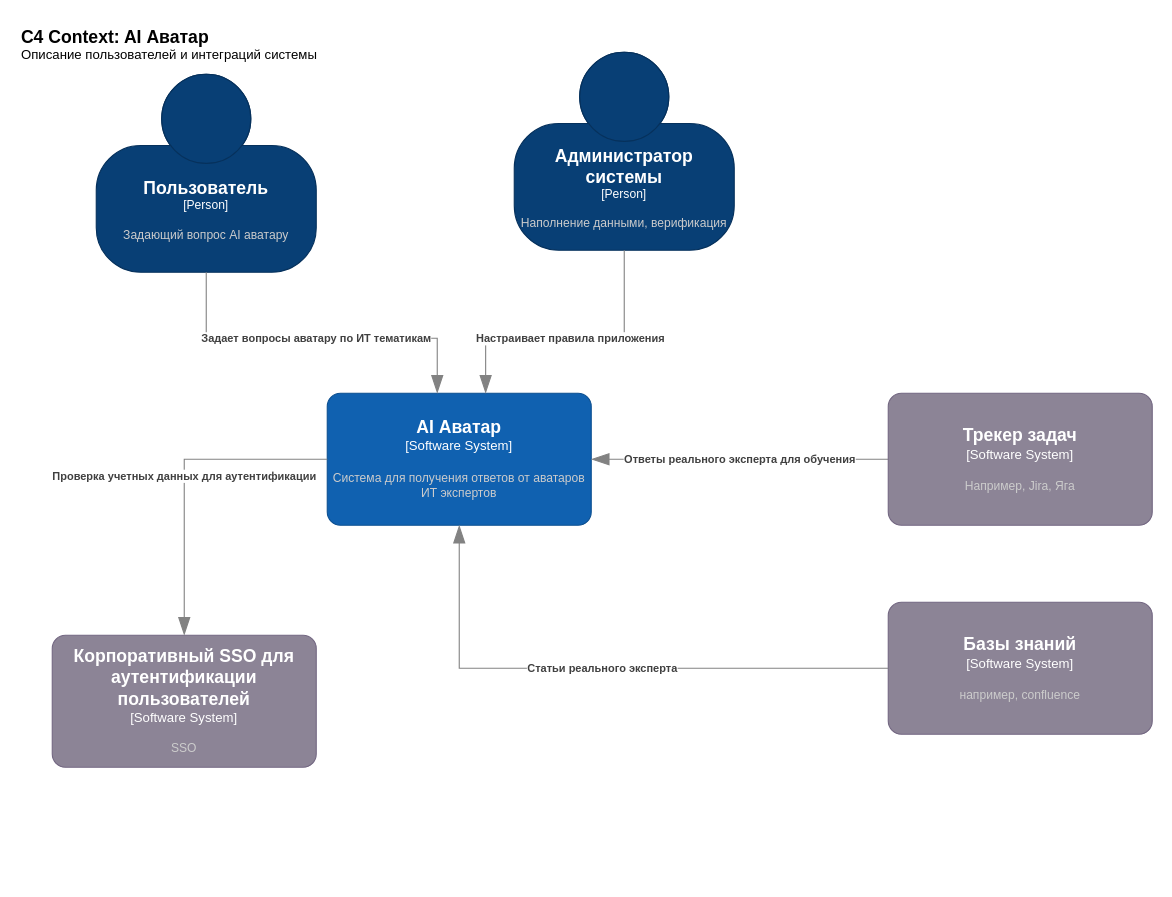
Above: Диаграмма без названия.drawio in oleana/AI_Avatar (draw.io), before the change. Source tidied: cells renumbered, new cells numbered last; positions are measured from the earlier drawing's top-left corner, leaving out a move shared by most shapes. Both pictures are drawn from the tidied source at 110%, with x=0, y=0 at pixel (19, 19).
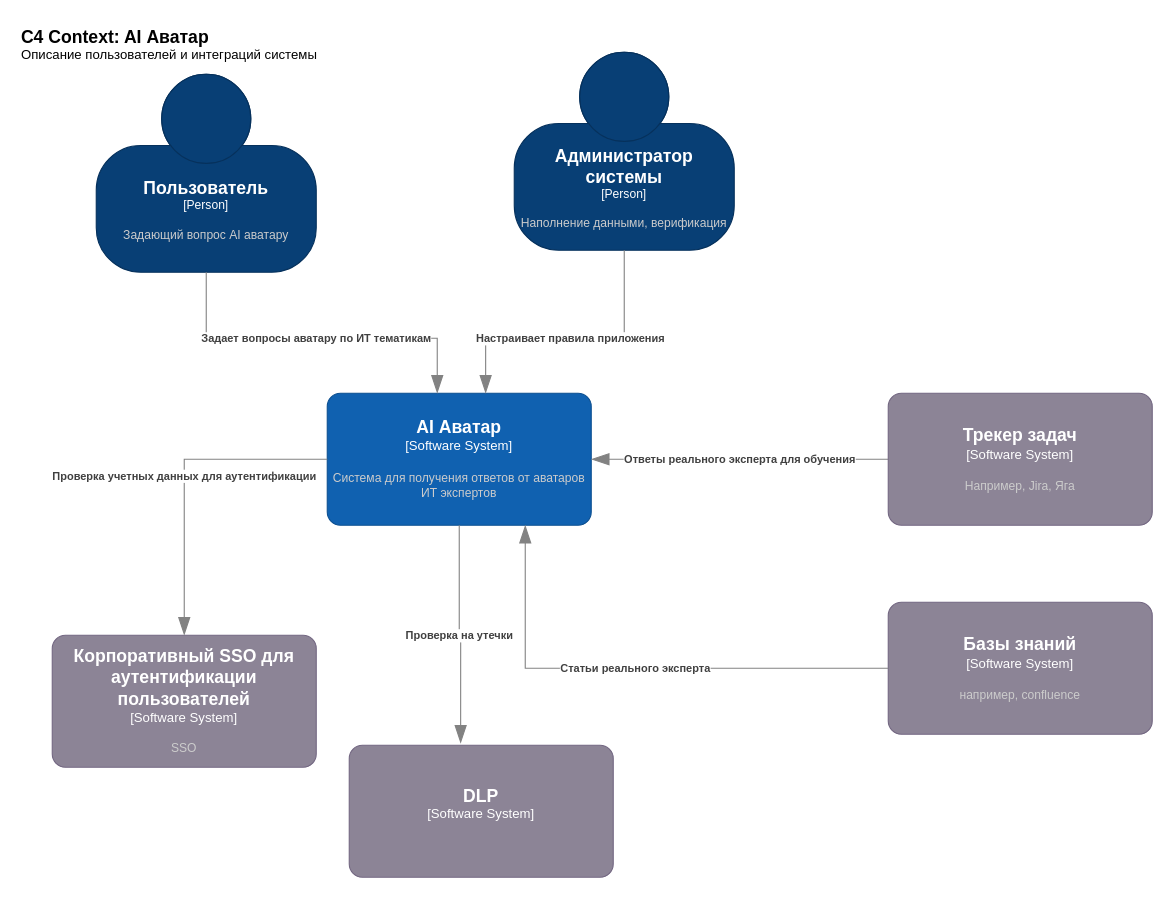
The same page after the edit.

The change refers to these unchanged cells:
```xml
<object id="4" label="&lt;font style=&quot;font-size: 16px&quot;&gt;&lt;b&gt;%c4Name%&lt;/b&gt;&lt;/font&gt;&lt;div&gt;[%c4Type%]&lt;/div&gt;&lt;br&gt;&lt;div&gt;&lt;font style=&quot;font-size: 11px&quot;&gt;&lt;font color=&quot;#cccccc&quot;&gt;%c4Description%&lt;/font&gt;&lt;/div&gt;" c4Description="Система для получения ответов от аватаров ИТ экспертов" c4Name="AI Аватар" c4Type="Software System" placeholders="1">
  <mxCell style="rounded=1;whiteSpace=wrap;html=1;labelBackgroundColor=none;fillColor=#1061B0;fontColor=#ffffff;align=center;arcSize=10;strokeColor=#0D5091;points=[[0.25,0,0],[0.5,0,0],[0.75,0,0],[1,0.25,0],[1,0.5,0],[1,0.75,0],[0.75,1,0],[0.5,1,0],[0.25,1,0],[0,0.75,0],[0,0.5,0],[0,0.25,0]];" parent="1" vertex="1">
    <mxGeometry x="280" y="340" width="240" height="120" as="geometry" />
  </mxCell>
</object>
<object id="6" label="&lt;font style=&quot;font-size: 16px&quot;&gt;&lt;b&gt;%c4Name%&lt;/b&gt;&lt;/font&gt;&lt;div&gt;[%c4Type%]&lt;/div&gt;&lt;br&gt;&lt;div&gt;&lt;font style=&quot;font-size: 11px&quot;&gt;&lt;font color=&quot;#cccccc&quot;&gt;%c4Description%&lt;/font&gt;&lt;/div&gt;" c4Description="например, confluence" c4Name="Базы знаний" c4Type="Software System" placeholders="1">
  <mxCell style="rounded=1;whiteSpace=wrap;html=1;labelBackgroundColor=none;fillColor=#8C8496;fontColor=#ffffff;align=center;arcSize=10;strokeColor=#736782;points=[[0.25,0,0],[0.5,0,0],[0.75,0,0],[1,0.25,0],[1,0.5,0],[1,0.75,0],[0.75,1,0],[0.5,1,0],[0.25,1,0],[0,0.75,0],[0,0.5,0],[0,0.25,0]];" parent="1" vertex="1">
    <mxGeometry x="790" y="530" width="240" height="120" as="geometry" />
  </mxCell>
</object>
```

Change to the diagram source:
```diff
@@
     <object id="10" label="&lt;div style=&quot;text-align: left&quot;&gt;&lt;div style=&quot;text-align: center&quot;&gt;&lt;b&gt;%c4Description%&lt;/b&gt;&lt;/div&gt;" c4Description="Статьи реального эксперта" placeholders="1">
-      <mxCell style="endArrow=blockThin;html=1;fontSize=10;fontColor=#404040;strokeWidth=1;endFill=1;strokeColor=#828282;elbow=vertical;endSize=14;startSize=14;jumpStyle=arc;jumpSize=16;rounded=0;edgeStyle=orthogonalEdgeStyle;exitX=0;exitY=0.5;exitDx=0;exitDy=0;exitPerimeter=0;entryX=0.5;entryY=1;entryDx=0;entryDy=0;entryPerimeter=0;" parent="1" edge="1" source="6" target="4">
+      <mxCell style="endArrow=blockThin;html=1;fontSize=10;fontColor=#404040;strokeWidth=1;endFill=1;strokeColor=#828282;elbow=vertical;endSize=14;startSize=14;jumpStyle=arc;jumpSize=16;rounded=0;edgeStyle=orthogonalEdgeStyle;exitX=0;exitY=0.5;exitDx=0;exitDy=0;exitPerimeter=0;entryX=0.75;entryY=1;entryDx=0;entryDy=0;entryPerimeter=0;" parent="1" edge="1" source="6" target="4">
         <mxGeometry relative="1" as="geometry" />
       </mxCell>
     </object>
@@
+    <object id="14" label="&lt;font style=&quot;font-size: 16px&quot;&gt;&lt;b&gt;%c4Name%&lt;/b&gt;&lt;/font&gt;&lt;div&gt;[%c4Type%]&lt;/div&gt;&lt;br&gt;&lt;div&gt;&lt;font style=&quot;font-size: 11px&quot;&gt;&lt;font color=&quot;#cccccc&quot;&gt;%c4Description%&lt;/font&gt;&lt;/div&gt;" c4Description="" c4Name="DLP" c4Type="Software System" placeholders="1">
+      <mxCell style="rounded=1;whiteSpace=wrap;html=1;labelBackgroundColor=none;fillColor=#8C8496;fontColor=#ffffff;align=center;arcSize=10;strokeColor=#736782;points=[[0.25,0,0],[0.5,0,0],[0.75,0,0],[1,0.25,0],[1,0.5,0],[1,0.75,0],[0.75,1,0],[0.5,1,0],[0.25,1,0],[0,0.75,0],[0,0.5,0],[0,0.25,0]];" parent="1" vertex="1">
+        <mxGeometry x="300" y="660" width="240" height="120" as="geometry" />
+      </mxCell>
+    </object>
+    <object id="15" label="&lt;div style=&quot;text-align: left&quot;&gt;&lt;div style=&quot;text-align: center&quot;&gt;&lt;b&gt;%c4Description%&lt;/b&gt;&lt;/div&gt;" c4Description="Проверка на утечки" placeholders="1">
+      <mxCell style="endArrow=blockThin;html=1;fontSize=10;fontColor=#404040;strokeWidth=1;endFill=1;strokeColor=#828282;elbow=vertical;endSize=14;startSize=14;jumpStyle=arc;jumpSize=16;rounded=0;edgeStyle=orthogonalEdgeStyle;exitX=0.5;exitY=1;exitDx=0;exitDy=0;exitPerimeter=0;entryX=0.422;entryY=-0.015;entryDx=0;entryDy=0;entryPerimeter=0;" parent="1" edge="1" source="4" target="14">
+        <mxGeometry relative="1" as="geometry" />
+      </mxCell>
+    </object>
```
